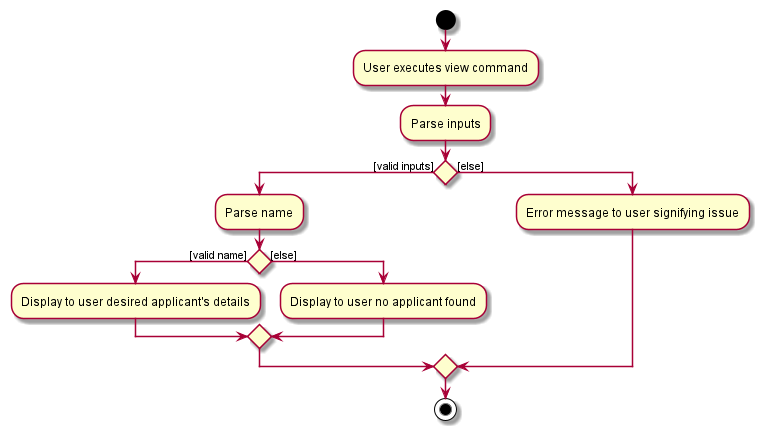
Earlier version of the PlantUML export docs/images/ViewActivityDiagram.png (zzhikai/tp). Source of this version:
```plantuml
@startuml

start
:User executes view command;
:Parse inputs;
if () then ([valid inputs])
:Parse name;
    if () then ([valid name])
    :Display to user desired applicant's details;
    else ([else])
    :Display to user no applicant found;
    endif
else ([else])
:Error message to user signifying issue;
endif

stop

@enduml
```
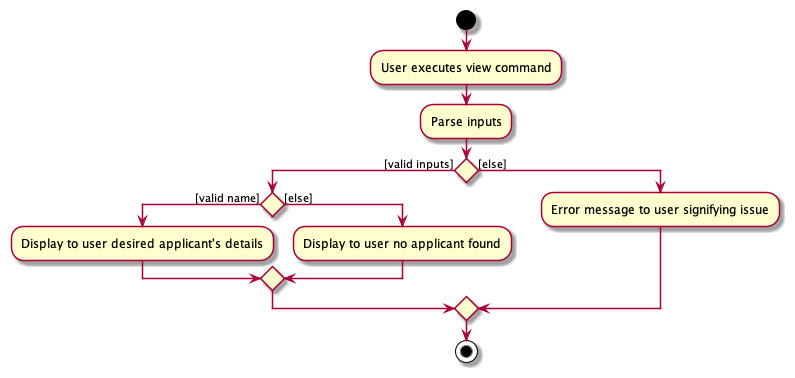
After the commit.

Diff of the diagram source:
```diff
@@ -4,7 +4,7 @@
 :User executes view command;
 :Parse inputs;
 if () then ([valid inputs])
-:Parse name;
+
     if () then ([valid name])
     :Display to user desired applicant's details;
     else ([else])
```
